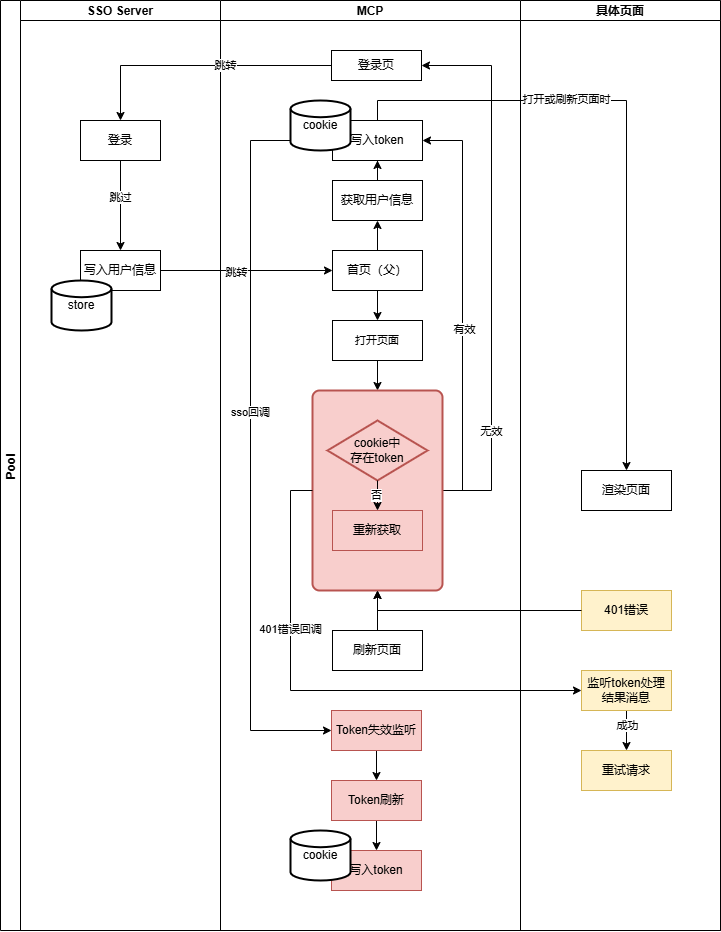
Before: oidc访问令牌流程.drawio.png, a diagram exported from draw.io (stonefromsky/workflowchart). Source tidied: cells renumbered, new cells last; positions are measured from the earlier drawing's top-left corner, leaving out a move shared by most shapes.
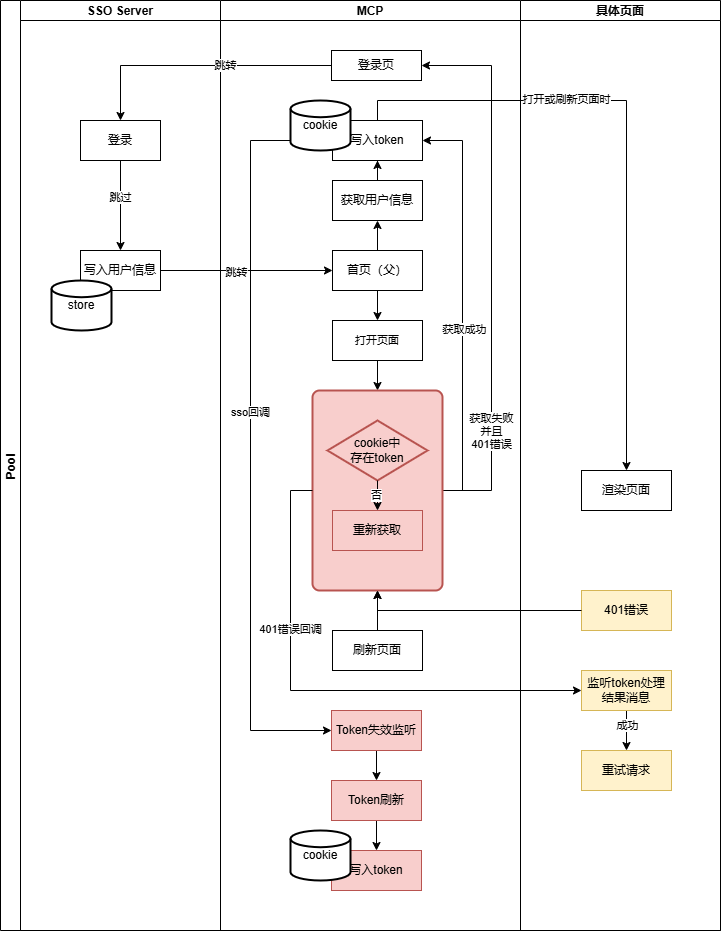
After the change.

Commit message:
已添加 oidc访问令牌流程.drawio.png

The edit, as a diff of the source:
```diff
@@ -69,13 +69,13 @@
         </Array>
       </mxGeometry>
     </mxCell>
-    <mxCell id="21" value="无效" style="edgeLabel;html=1;align=center;verticalAlign=middle;" parent="20" vertex="1">
+    <mxCell id="21" value="获取失败&lt;div&gt;并且&lt;br&gt;401错误&lt;/div&gt;" style="edgeLabel;html=1;align=center;verticalAlign=middle;" parent="20" vertex="1">
       <mxGeometry x="-0.6" relative="1" as="geometry" />
     </mxCell>
     <mxCell id="22" style="edgeStyle=orthogonalEdgeStyle;rounded=0;jettySize=auto;html=1;entryX=1;entryY=0.5;entryDx=0;entryDy=0;exitX=1;exitY=0.5;exitDx=0;exitDy=0;" parent="9" edge="1" source="24" target="18">
       <mxGeometry relative="1" as="geometry" />
     </mxCell>
-    <mxCell id="23" value="有效" style="edgeLabel;html=1;align=center;verticalAlign=middle;" parent="22" vertex="1">
+    <mxCell id="23" value="获取成功" style="edgeLabel;html=1;align=center;verticalAlign=middle;" parent="22" vertex="1">
       <mxGeometry x="-0.11" y="-2" relative="1" as="geometry" />
     </mxCell>
     <mxCell id="24" style="rounded=1;whiteSpace=wrap;html=1;absoluteArcSize=1;arcSize=14;strokeWidth=2;align=left;fillColor=#f8cecc;strokeColor=#b85450;" parent="9" vertex="1">
```
